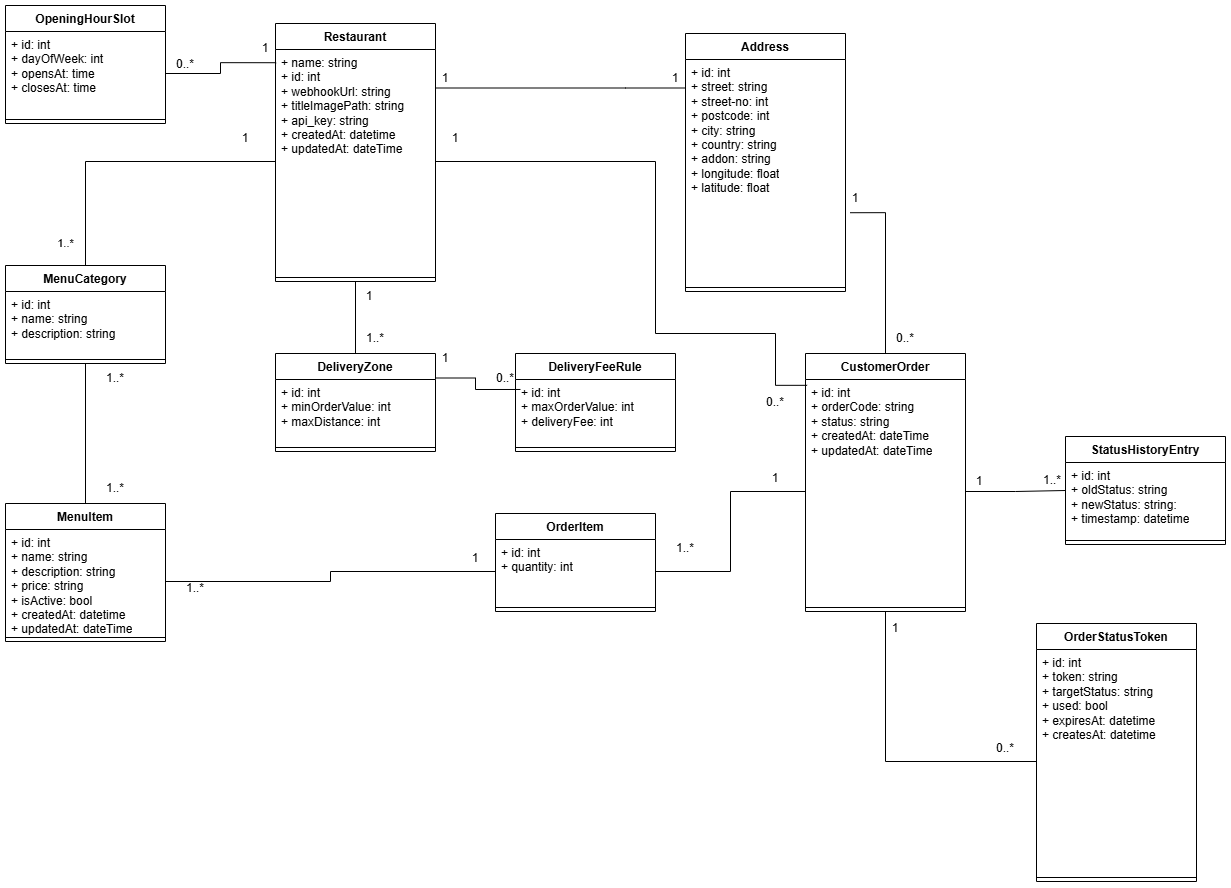
This is docs/images/db_diagram.png from merlibird/bite-project, a draw.io export, as it was before one commit. Source tidied: cells renumbered, new cells last; positions are measured from the earlier drawing's top-left corner, leaving out a move shared by most shapes.
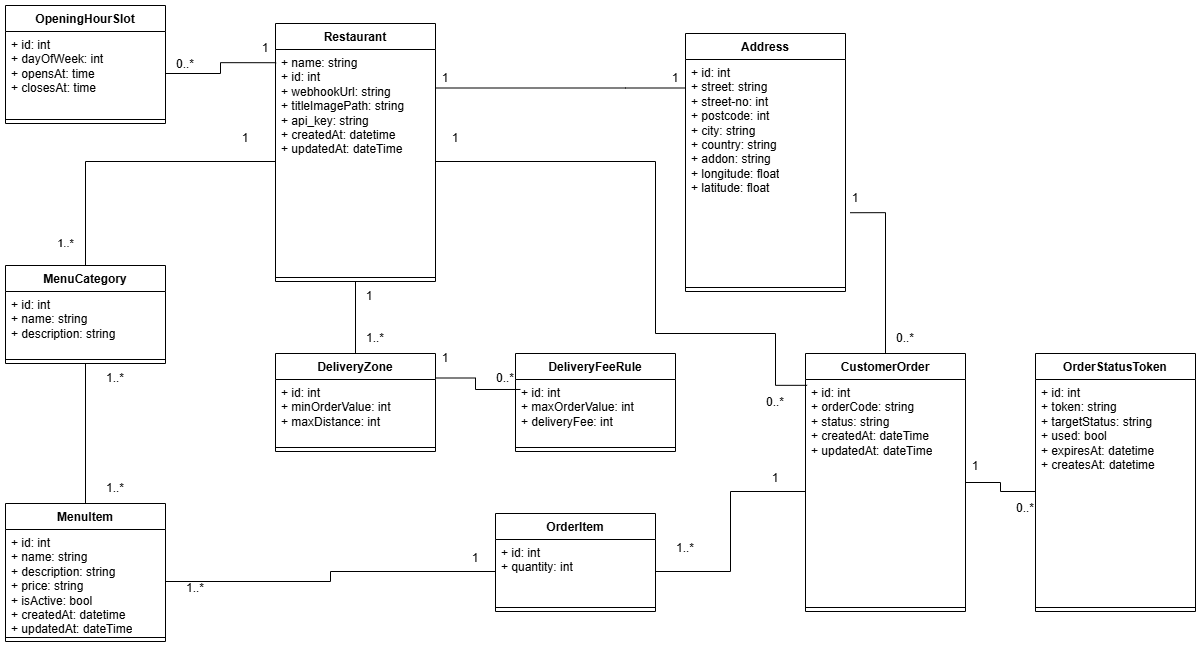
Above is the later version.

The edit, as a diff of the source:
```diff
@@ -183,20 +183,8 @@
     <mxCell id="56" value="1" style="text;html=1;whiteSpace=wrap;strokeColor=none;fillColor=none;align=center;verticalAlign=middle;rounded=0;" parent="1" vertex="1">
       <mxGeometry x="440" y="538" width="60" height="30" as="geometry" />
     </mxCell>
-    <mxCell id="57" value="StatusHistoryEntry" style="swimlane;fontStyle=1;align=center;verticalAlign=top;horizontal=1;startSize=26;whiteSpace=wrap;html=1;" parent="1" vertex="1">
-      <mxGeometry x="1060" y="431" width="160" height="108" as="geometry" />
-    </mxCell>
-    <mxCell id="58" value="+ id: int&amp;nbsp;&lt;div&gt;+ oldStatus: string&lt;/div&gt;&lt;div&gt;+ newStatus: string:&lt;/div&gt;&lt;div&gt;+ timestamp: datetime&lt;/div&gt;" style="text;strokeColor=none;fillColor=none;align=left;verticalAlign=top;spacingLeft=4;spacingRight=4;overflow=hidden;whiteSpace=wrap;html=1;" parent="57" vertex="1">
-      <mxGeometry y="26" width="160" height="74" as="geometry" />
-    </mxCell>
-    <mxCell id="59" style="line;strokeWidth=1;fillColor=none;align=left;verticalAlign=middle;spacingTop=-1;spacingLeft=3;spacingRight=3;labelPosition=right;strokeColor=inherit;" parent="57" vertex="1">
-      <mxGeometry y="100" width="160" height="8" as="geometry" />
-    </mxCell>
-    <mxCell id="60" value="1..*" style="text;html=1;whiteSpace=wrap;strokeColor=none;fillColor=none;align=center;verticalAlign=middle;rounded=0;" parent="1" vertex="1">
-      <mxGeometry x="1017" y="460" width="60" height="30" as="geometry" />
-    </mxCell>
     <mxCell id="61" value="OrderStatusToken" style="swimlane;fontStyle=1;align=center;verticalAlign=top;horizontal=1;startSize=26;whiteSpace=wrap;html=1;" parent="1" vertex="1">
-      <mxGeometry x="1031" y="618" width="160" height="258" as="geometry" />
+      <mxGeometry x="1030" y="348" width="160" height="258" as="geometry" />
     </mxCell>
     <mxCell id="62" value="+ id: int&lt;br&gt;&lt;div&gt;+ token: string&lt;/div&gt;&lt;div&gt;+ targetStatus: string&amp;nbsp;&lt;/div&gt;&lt;div&gt;+ used: bool&lt;/div&gt;&lt;div&gt;+ expiresAt: datetime&lt;/div&gt;&lt;div&gt;+ createsAt: datetime&lt;/div&gt;" style="text;strokeColor=none;fillColor=none;align=left;verticalAlign=top;spacingLeft=4;spacingRight=4;overflow=hidden;points=[[0,0.5],[1,0.5]];portConstraint=eastwest;whiteSpace=wrap;html=1;" parent="61" vertex="1">
       <mxGeometry y="26" width="160" height="224" as="geometry" />
@@ -205,20 +193,14 @@
       <mxGeometry y="250" width="160" height="8" as="geometry" />
     </mxCell>
     <mxCell id="64" value="1" style="text;html=1;whiteSpace=wrap;strokeColor=none;fillColor=none;align=center;verticalAlign=middle;rounded=0;" parent="1" vertex="1">
-      <mxGeometry x="860" y="608" width="60" height="30" as="geometry" />
+      <mxGeometry x="940" y="446" width="60" height="30" as="geometry" />
     </mxCell>
     <mxCell id="65" value="0..*" style="text;html=1;whiteSpace=wrap;strokeColor=none;fillColor=none;align=center;verticalAlign=middle;rounded=0;" parent="1" vertex="1">
-      <mxGeometry x="970" y="728" width="60" height="30" as="geometry" />
+      <mxGeometry x="990" y="488" width="60" height="30" as="geometry" />
     </mxCell>
     <mxCell id="66" value="1" style="text;html=1;whiteSpace=wrap;strokeColor=none;fillColor=none;align=center;verticalAlign=middle;rounded=0;" parent="1" vertex="1">
       <mxGeometry x="210" y="118" width="60" height="30" as="geometry" />
     </mxCell>
-    <mxCell id="67" style="edgeStyle=orthogonalEdgeStyle;rounded=0;jettySize=auto;html=1;exitX=1;exitY=0.5;exitDx=0;exitDy=0;endArrow=none;endFill=0;" parent="1" edge="1" source="40" target="57">
-      <mxGeometry relative="1" as="geometry" />
-    </mxCell>
-    <mxCell id="68" value="1" style="text;html=1;whiteSpace=wrap;strokeColor=none;fillColor=none;align=center;verticalAlign=middle;rounded=0;" parent="1" vertex="1">
-      <mxGeometry x="944" y="461" width="60" height="30" as="geometry" />
-    </mxCell>
     <mxCell id="69" style="edgeStyle=orthogonalEdgeStyle;rounded=0;jettySize=auto;html=1;exitX=1;exitY=0.5;exitDx=0;exitDy=0;entryX=0.004;entryY=0.059;entryDx=0;entryDy=0;entryPerimeter=0;endArrow=none;endFill=0;" parent="1" edge="1" source="6" target="3">
       <mxGeometry relative="1" as="geometry" />
     </mxCell>
```
